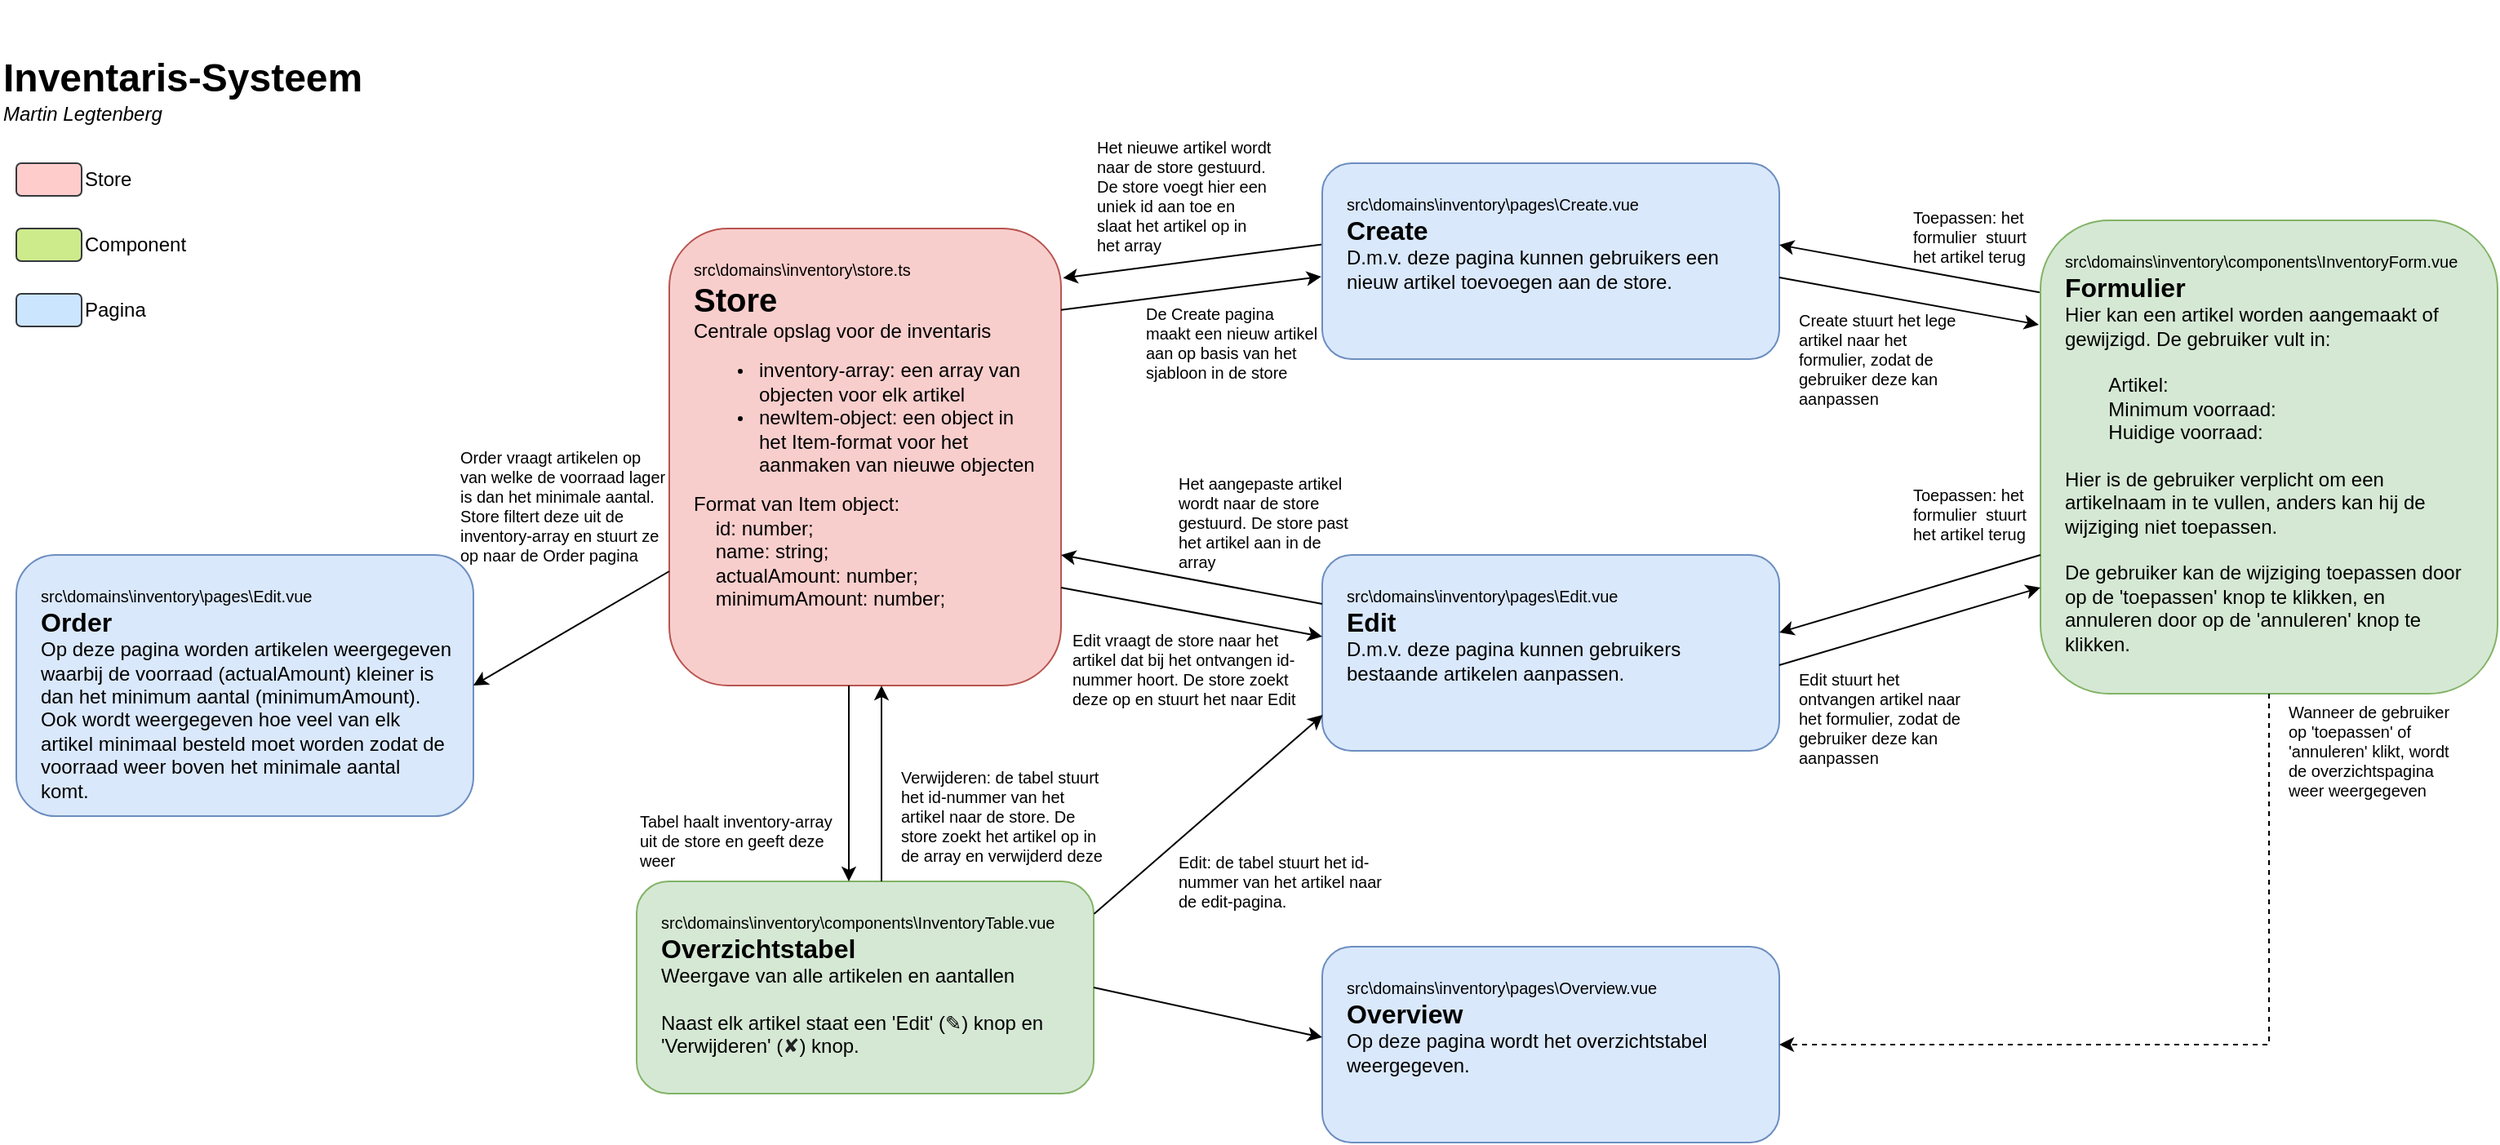
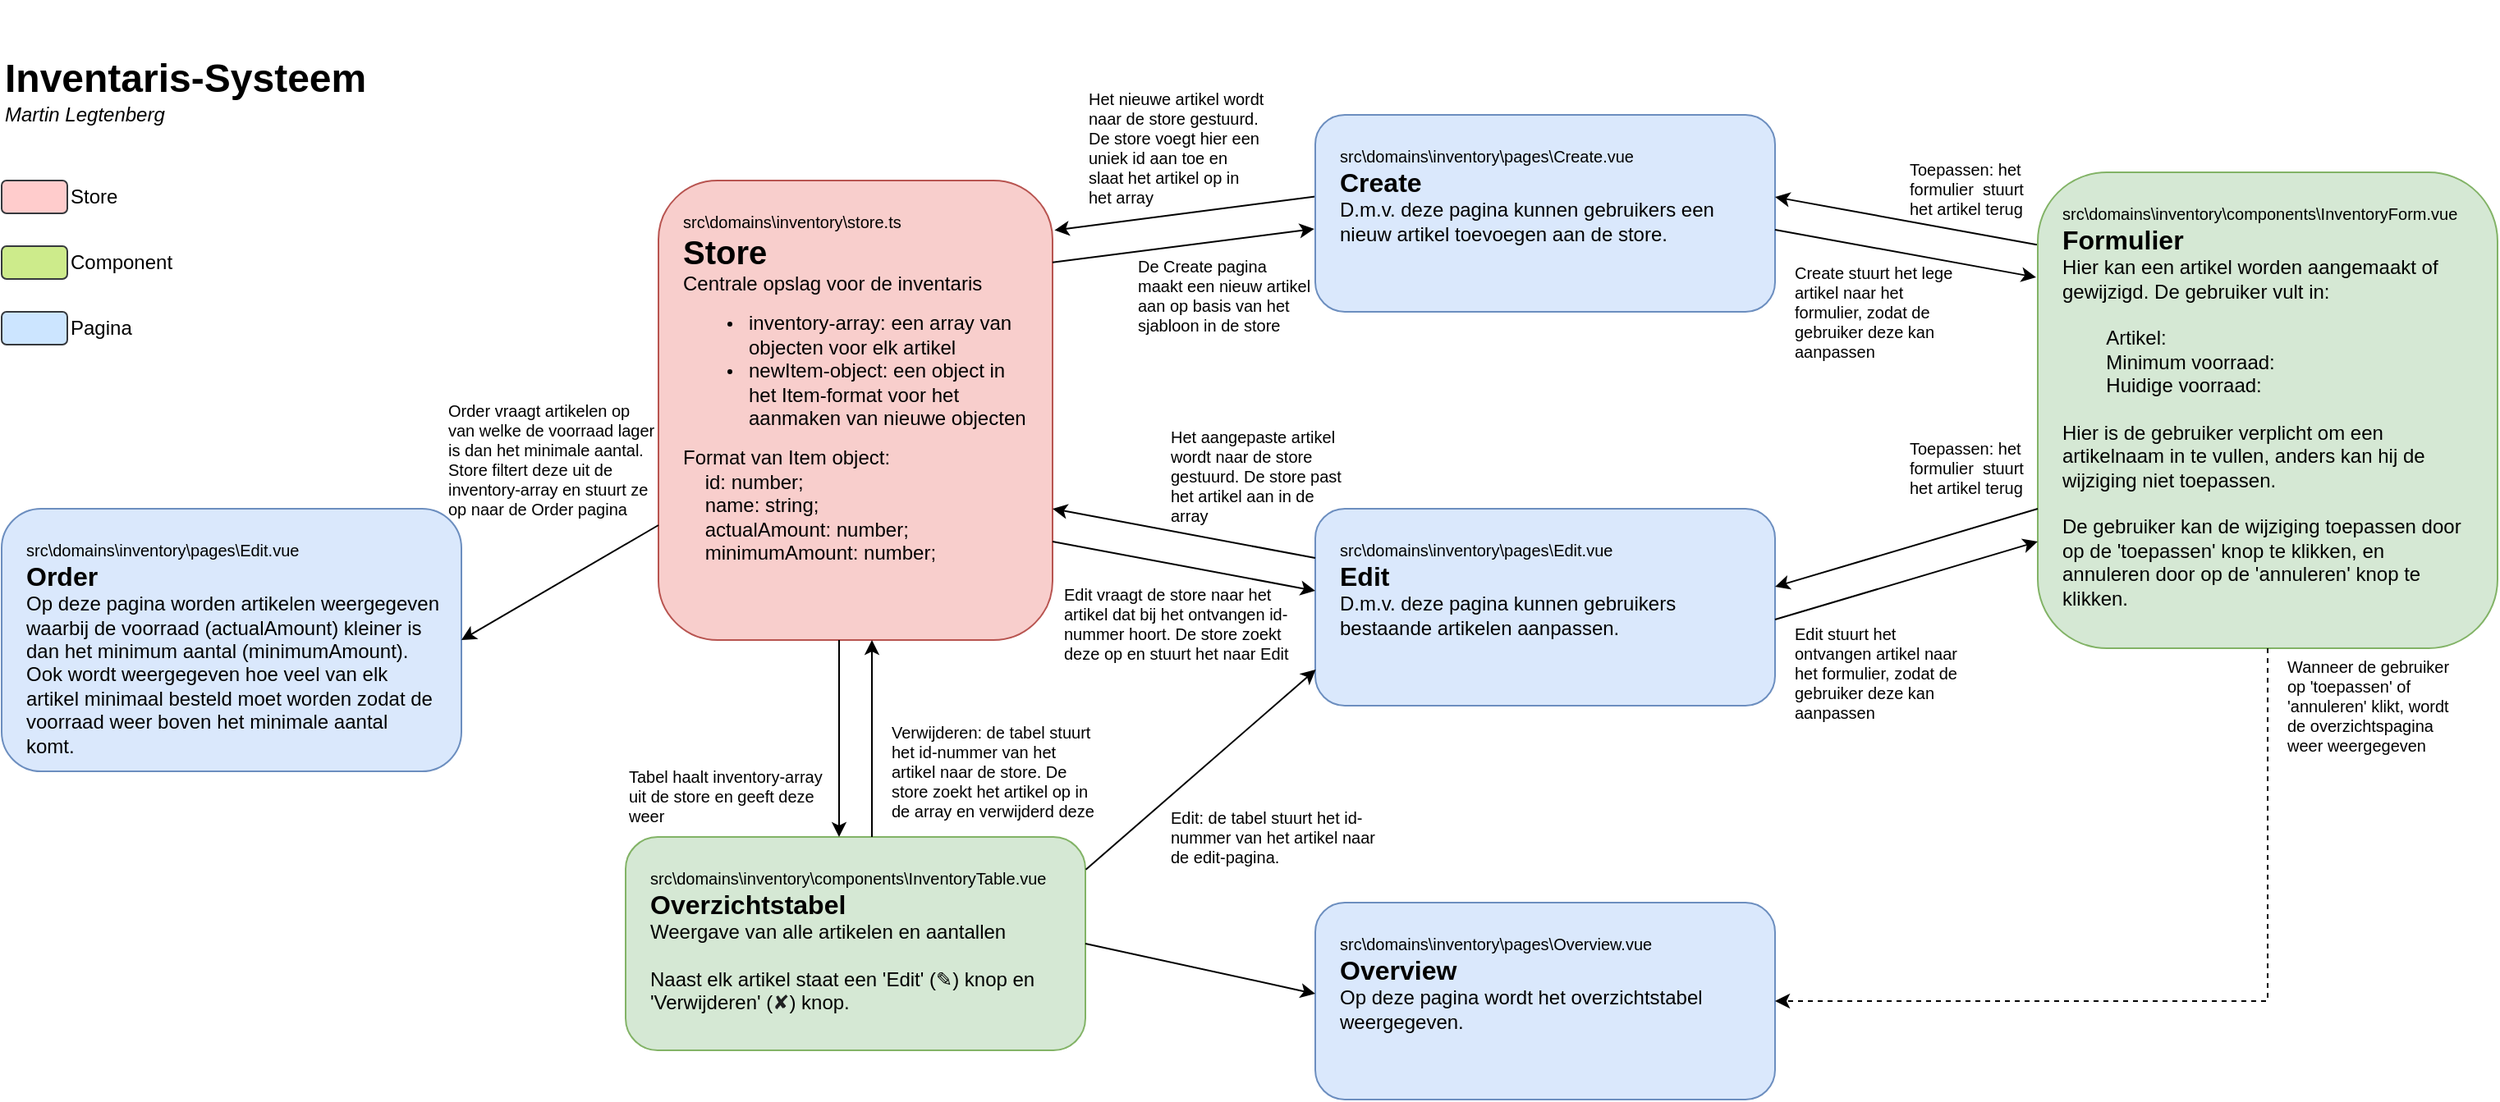
<mxfile host="app.diagrams.net" agent="Mozilla/5.0 (Windows NT 10.0; Win64; x64) AppleWebKit/537.36 (KHTML, like Gecko) Chrome/146.0.0.0 Safari/537.36" version="29.6.4">
  <diagram name="Pagina-1" id="jHJDa2tsZR8j9Yx50L5g">
-     <mxGraphModel dx="1826" dy="777" grid="1" gridSize="10" guides="1" tooltips="1" connect="1" arrows="1" fold="1" page="0" pageScale="1" pageWidth="827" pageHeight="1169" math="0" shadow="0">
+     <mxGraphModel dx="1986" dy="740" grid="1" gridSize="10" guides="1" tooltips="1" connect="1" arrows="1" fold="1" page="0" pageScale="1" pageWidth="827" pageHeight="1169" math="0" shadow="0">
      <root>
        <mxCell id="0" />
        <mxCell id="1" parent="0" />
        <mxCell id="uSY-HkKNFhWKNBA7KD2W-1" parent="1" style="rounded=1;whiteSpace=wrap;html=1;fontSize=10;align=left;verticalAlign=top;spacing=15;fillColor=#f8cecc;strokeColor=#b85450;" value="&lt;div&gt;&lt;font&gt;src&lt;/font&gt;&lt;font&gt;\domains\inventory\store.ts&lt;/font&gt;&lt;/div&gt;&lt;font style=&quot;font-size: 20px;&quot;&gt;&lt;b&gt;Store&lt;/b&gt;&lt;/font&gt;&lt;div&gt;&lt;font style=&quot;font-size: 12px;&quot;&gt;Centrale opslag voor de inventaris&lt;/font&gt;&lt;br&gt;&lt;div&gt;&lt;ul&gt;&lt;li&gt;&lt;font style=&quot;font-size: 12px;&quot;&gt;inventory-array: een array van objecten voor elk artikel&lt;/font&gt;&lt;/li&gt;&lt;li&gt;&lt;font style=&quot;font-size: 12px;&quot;&gt;newItem-object: een object in het Item-format voor het aanmaken van nieuwe objecten&lt;/font&gt;&lt;/li&gt;&lt;/ul&gt;&lt;div&gt;&lt;span style=&quot;font-size: 12px;&quot;&gt;Format van Item object:&lt;/span&gt;&lt;/div&gt;&lt;/div&gt;&lt;/div&gt;&lt;div&gt;&lt;div style=&quot;&quot;&gt;&lt;span style=&quot;font-size: 12px;&quot;&gt;&amp;nbsp; &amp;nbsp; id: number;&lt;/span&gt;&lt;/div&gt;&lt;div style=&quot;&quot;&gt;&lt;span style=&quot;font-size: 12px;&quot;&gt;&amp;nbsp; &amp;nbsp; name: string;&lt;/span&gt;&lt;/div&gt;&lt;div style=&quot;&quot;&gt;&lt;span style=&quot;font-size: 12px;&quot;&gt;&amp;nbsp; &amp;nbsp; actualAmount: number;&lt;/span&gt;&lt;/div&gt;&lt;div style=&quot;&quot;&gt;&lt;span style=&quot;font-size: 12px;&quot;&gt;&amp;nbsp; &amp;nbsp; minimumAmount: number;&lt;/span&gt;&lt;/div&gt;&lt;/div&gt;" vertex="1">
          <mxGeometry height="280" width="240" x="280" y="320" as="geometry" />
        </mxCell>
        <mxCell id="uSY-HkKNFhWKNBA7KD2W-2" parent="1" style="rounded=1;whiteSpace=wrap;html=1;fontSize=10;verticalAlign=top;align=left;spacing=15;fillColor=#d5e8d4;strokeColor=#82b366;" value="src\domains\inventory\components\InventoryTable.vue&lt;div&gt;&lt;font style=&quot;font-size: 16px;&quot;&gt;&lt;b&gt;Overzichtstabel&lt;/b&gt;&lt;/font&gt;&lt;/div&gt;&lt;div&gt;&lt;font style=&quot;font-size: 12px;&quot;&gt;Weergave van alle artikelen en aantallen&lt;/font&gt;&lt;/div&gt;&lt;div&gt;&lt;font style=&quot;font-size: 12px;&quot;&gt;&lt;br&gt;&lt;/font&gt;&lt;/div&gt;&lt;div&gt;&lt;span style=&quot;font-size: 12px;&quot;&gt;Naast elk artikel staat een &#39;Edit&#39; (&lt;/span&gt;&lt;span style=&quot;background-color: transparent; font-size: 12px;&quot;&gt;✎&lt;/span&gt;&lt;span style=&quot;background-color: transparent; color: light-dark(rgb(0, 0, 0), rgb(255, 255, 255)); font-size: 12px;&quot;&gt;) knop en &#39;Verwijdere&lt;/span&gt;&lt;span&gt;&lt;font style=&quot;font-size: 12px;&quot;&gt;&lt;span style=&quot;color: light-dark(rgb(0, 0, 0), rgb(255, 255, 255));&quot;&gt;n&#39; (&lt;/span&gt;&lt;span style=&quot;color: rgb(32, 33, 34);&quot;&gt;&lt;font face=&quot;Helvetica&quot;&gt;✘&lt;/font&gt;&lt;/span&gt;&lt;span style=&quot;color: light-dark(rgb(0, 0, 0), rgb(255, 255, 255));&quot;&gt;) kn&lt;/span&gt;&lt;/font&gt;&lt;/span&gt;&lt;span style=&quot;background-color: transparent; color: light-dark(rgb(0, 0, 0), rgb(255, 255, 255)); font-size: 12px;&quot;&gt;op.&lt;/span&gt;&lt;/div&gt;" vertex="1">
          <mxGeometry height="130" width="280" x="260" y="720" as="geometry" />
        </mxCell>
        <mxCell id="eLQj0-DDMxeyVFWfvKQ9-2" edge="1" parent="1" style="endArrow=classic;html=1;rounded=0;exitX=0.5;exitY=1;exitDx=0;exitDy=0;entryX=0.5;entryY=0;entryDx=0;entryDy=0;" value="">
          <mxGeometry height="50" relative="1" width="50" as="geometry">
            <mxPoint x="390" y="600" as="sourcePoint" />
            <mxPoint x="390" y="720" as="targetPoint" />
          </mxGeometry>
        </mxCell>
        <mxCell id="eLQj0-DDMxeyVFWfvKQ9-4" parent="1" style="text;html=1;whiteSpace=wrap;strokeColor=none;fillColor=none;align=left;verticalAlign=middle;rounded=0;fontSize=10;" value="Tabel haalt inventory-array uit de store en geeft deze weer" vertex="1">
          <mxGeometry height="30" width="130" x="260" y="680" as="geometry" />
        </mxCell>
        <mxCell id="eLQj0-DDMxeyVFWfvKQ9-5" edge="1" parent="1" style="endArrow=classic;html=1;rounded=0;exitX=0.5;exitY=0;exitDx=0;exitDy=0;" value="">
          <mxGeometry height="50" relative="1" width="50" as="geometry">
            <mxPoint x="410" y="720" as="sourcePoint" />
            <mxPoint x="410" y="600" as="targetPoint" />
          </mxGeometry>
        </mxCell>
        <mxCell id="eLQj0-DDMxeyVFWfvKQ9-6" parent="1" style="text;html=1;whiteSpace=wrap;strokeColor=none;fillColor=none;align=left;verticalAlign=middle;rounded=0;fontSize=10;" value="&lt;div&gt;&lt;span style=&quot;background-color: transparent; color: light-dark(rgb(0, 0, 0), rgb(255, 255, 255));&quot;&gt;Verwijderen: de tabel stuurt het id-nummer van het artikel naar de store. De store zoekt het artikel op in de array en verwijderd deze&lt;/span&gt;&lt;/div&gt;" vertex="1">
          <mxGeometry height="60" width="130" x="420" y="650" as="geometry" />
        </mxCell>
        <mxCell id="eLQj0-DDMxeyVFWfvKQ9-7" parent="1" style="rounded=1;whiteSpace=wrap;html=1;fontSize=10;verticalAlign=top;align=left;spacing=15;fillColor=#d5e8d4;strokeColor=#82b366;" value="src\domains\inventory\components\InventoryForm.vue&lt;div&gt;&lt;font style=&quot;font-size: 16px;&quot;&gt;&lt;b&gt;Formulier&lt;/b&gt;&lt;/font&gt;&lt;/div&gt;&lt;div&gt;&lt;font style=&quot;font-size: 12px;&quot;&gt;Hier kan een artikel worden aangemaakt of gewijzigd. De gebruiker vult in:&lt;/font&gt;&lt;/div&gt;&lt;div&gt;&lt;font style=&quot;font-size: 12px;&quot;&gt;&lt;br&gt;&lt;/font&gt;&lt;/div&gt;&lt;div&gt;&lt;font style=&quot;font-size: 12px;&quot;&gt;&lt;span style=&quot;white-space: pre;&quot;&gt;&#x9;&lt;/span&gt;Artikel:&lt;/font&gt;&lt;/div&gt;&lt;div&gt;&lt;font style=&quot;font-size: 12px;&quot;&gt;&lt;span style=&quot;white-space: pre;&quot;&gt;&#x9;&lt;/span&gt;Minimum voorraad:&lt;/font&gt;&lt;/div&gt;&lt;div&gt;&lt;font style=&quot;font-size: 12px;&quot;&gt;&lt;span style=&quot;white-space: pre;&quot;&gt;&#x9;&lt;/span&gt;Huidige voorraad:&lt;br&gt;&lt;br&gt;&lt;/font&gt;&lt;/div&gt;&lt;div&gt;&lt;font style=&quot;font-size: 12px;&quot;&gt;Hier is de gebruiker verplicht om een artikelnaam in te vullen, anders kan hij de wijziging niet toepassen.&lt;/font&gt;&lt;/div&gt;&lt;div&gt;&lt;font style=&quot;font-size: 12px;&quot;&gt;&lt;br&gt;&lt;/font&gt;&lt;/div&gt;&lt;div&gt;&lt;font style=&quot;font-size: 12px;&quot;&gt;De gebruiker kan de wijziging toepassen door op de &#39;toepassen&#39; knop te klikken, en annuleren door op de &#39;annuleren&#39; knop te klikken.&lt;/font&gt;&lt;/div&gt;" vertex="1">
          <mxGeometry height="290" width="280" x="1120" y="315" as="geometry" />
        </mxCell>
        <mxCell id="eLQj0-DDMxeyVFWfvKQ9-9" edge="1" parent="1" style="endArrow=classic;html=1;rounded=0;exitX=0;exitY=0.5;exitDx=0;exitDy=0;entryX=1.005;entryY=0.145;entryDx=0;entryDy=0;entryPerimeter=0;" value="">
          <mxGeometry height="50" relative="1" width="50" as="geometry">
            <mxPoint x="680" y="329.7" as="sourcePoint" />
            <mxPoint x="521.1999999999999" y="350.2999999999999" as="targetPoint" />
          </mxGeometry>
        </mxCell>
        <mxCell id="eLQj0-DDMxeyVFWfvKQ9-10" parent="1" style="text;html=1;whiteSpace=wrap;strokeColor=none;fillColor=none;align=left;verticalAlign=middle;rounded=0;fontSize=10;" value="Het nieuwe artikel wordt naar de store gestuurd. De store voegt hier een uniek id aan toe en slaat het artikel op in het array" vertex="1">
          <mxGeometry height="80" width="110" x="540" y="260" as="geometry" />
        </mxCell>
        <mxCell id="b_EgQzB6RyA1KslEvkh7-1" edge="1" parent="1" source="uSY-HkKNFhWKNBA7KD2W-1" style="endArrow=classic;html=1;rounded=0;exitX=1;exitY=0.178;exitDx=0;exitDy=0;entryX=-0.002;entryY=0.579;entryDx=0;entryDy=0;curved=0;entryPerimeter=0;exitPerimeter=0;" target="b_EgQzB6RyA1KslEvkh7-3" value="">
          <mxGeometry height="50" relative="1" width="50" as="geometry">
            <mxPoint x="520" y="450" as="sourcePoint" />
            <mxPoint x="640" y="450" as="targetPoint" />
          </mxGeometry>
        </mxCell>
        <mxCell id="b_EgQzB6RyA1KslEvkh7-3" parent="1" style="rounded=1;whiteSpace=wrap;html=1;fontSize=10;verticalAlign=top;align=left;spacing=15;labelBackgroundColor=none;fillColor=#dae8fc;strokeColor=#6c8ebf;" value="src\domains\inventory\pages\Create.vue&lt;div&gt;&lt;font style=&quot;font-size: 16px;&quot;&gt;&lt;b&gt;Create&lt;/b&gt;&lt;/font&gt;&lt;/div&gt;&lt;div&gt;&lt;font style=&quot;font-size: 12px;&quot;&gt;D.m.v. deze pagina kunnen gebruikers een nieuw artikel toevoegen aan de store.&lt;/font&gt;&lt;/div&gt;" vertex="1">
          <mxGeometry height="120" width="280" x="680" y="280" as="geometry" />
        </mxCell>
        <mxCell id="b_EgQzB6RyA1KslEvkh7-4" parent="1" style="rounded=1;whiteSpace=wrap;html=1;fontSize=10;verticalAlign=top;align=left;spacing=15;labelBackgroundColor=none;fillColor=#dae8fc;strokeColor=#6c8ebf;" value="src\domains\inventory\pages\Edit.vue&lt;div&gt;&lt;font style=&quot;font-size: 16px;&quot;&gt;&lt;b&gt;Edit&lt;/b&gt;&lt;/font&gt;&lt;/div&gt;&lt;div&gt;&lt;font style=&quot;font-size: 12px;&quot;&gt;D.m.v. deze pagina kunnen gebruikers bestaande artikelen aanpassen.&lt;/font&gt;&lt;/div&gt;" vertex="1">
          <mxGeometry height="120" width="280" x="680" y="520" as="geometry" />
        </mxCell>
        <mxCell id="b_EgQzB6RyA1KslEvkh7-5" parent="1" style="text;html=1;whiteSpace=wrap;strokeColor=none;fillColor=none;align=left;verticalAlign=middle;rounded=0;fontSize=10;" value="De Create pagina maakt een nieuw artikel aan op basis van het sjabloon in de store" vertex="1">
          <mxGeometry height="80" width="110" x="570" y="350" as="geometry" />
        </mxCell>
        <mxCell id="b_EgQzB6RyA1KslEvkh7-7" edge="1" parent="1" source="eLQj0-DDMxeyVFWfvKQ9-7" style="endArrow=classic;html=1;rounded=0;entryX=-0.002;entryY=0.4;entryDx=0;entryDy=0;entryPerimeter=0;exitX=-0.002;exitY=0.152;exitDx=0;exitDy=0;exitPerimeter=0;" value="">
          <mxGeometry height="50" relative="1" width="50" as="geometry">
            <mxPoint x="1119.1599999999999" y="349.99999999999994" as="sourcePoint" />
            <mxPoint x="959.9999999999999" y="330.05" as="targetPoint" />
          </mxGeometry>
        </mxCell>
        <mxCell id="b_EgQzB6RyA1KslEvkh7-8" parent="1" style="text;html=1;whiteSpace=wrap;strokeColor=none;fillColor=none;align=left;verticalAlign=middle;rounded=0;fontSize=10;" value="Create stuurt het lege artikel naar het formulier, zodat de gebruiker deze kan aanpassen" vertex="1">
          <mxGeometry height="80" width="110" x="970" y="360" as="geometry" />
        </mxCell>
        <mxCell id="b_EgQzB6RyA1KslEvkh7-9" parent="1" style="text;html=1;whiteSpace=wrap;strokeColor=none;fillColor=none;align=left;verticalAlign=middle;rounded=0;fontSize=10;" value="Toepassen: het formulier&amp;nbsp; stuurt het artikel terug" vertex="1">
          <mxGeometry height="50" width="80" x="1040" y="300" as="geometry" />
        </mxCell>
        <mxCell id="b_EgQzB6RyA1KslEvkh7-10" edge="1" parent="1" style="endArrow=classic;html=1;rounded=0;entryX=0;entryY=0.5;entryDx=0;entryDy=0;exitX=1;exitY=0.5;exitDx=0;exitDy=0;" value="">
          <mxGeometry height="50" relative="1" width="50" as="geometry">
            <mxPoint x="520" y="540" as="sourcePoint" />
            <mxPoint x="680" y="570" as="targetPoint" />
          </mxGeometry>
        </mxCell>
        <mxCell id="b_EgQzB6RyA1KslEvkh7-11" edge="1" parent="1" style="endArrow=classic;html=1;rounded=0;entryX=0;entryY=0.5;entryDx=0;entryDy=0;exitX=1;exitY=0.5;exitDx=0;exitDy=0;" value="">
          <mxGeometry height="50" relative="1" width="50" as="geometry">
            <mxPoint x="680" y="550" as="sourcePoint" />
            <mxPoint x="520" y="520" as="targetPoint" />
          </mxGeometry>
        </mxCell>
        <mxCell id="b_EgQzB6RyA1KslEvkh7-12" edge="1" parent="1" style="endArrow=classic;html=1;rounded=0;entryX=-0.002;entryY=0.4;entryDx=0;entryDy=0;entryPerimeter=0;exitX=-0.002;exitY=0.152;exitDx=0;exitDy=0;exitPerimeter=0;" value="">
          <mxGeometry height="50" relative="1" width="50" as="geometry">
            <mxPoint x="960" y="350" as="sourcePoint" />
            <mxPoint x="1119" y="378.95" as="targetPoint" />
          </mxGeometry>
        </mxCell>
        <mxCell id="b_EgQzB6RyA1KslEvkh7-13" edge="1" parent="1" source="uSY-HkKNFhWKNBA7KD2W-2" style="endArrow=classic;html=1;rounded=0;exitX=1.001;exitY=0.153;exitDx=0;exitDy=0;exitPerimeter=0;entryX=0.001;entryY=0.817;entryDx=0;entryDy=0;entryPerimeter=0;" target="b_EgQzB6RyA1KslEvkh7-4" value="">
          <mxGeometry height="50" relative="1" width="50" as="geometry">
            <mxPoint x="570" y="720" as="sourcePoint" />
            <mxPoint x="620" y="670" as="targetPoint" />
          </mxGeometry>
        </mxCell>
        <mxCell id="b_EgQzB6RyA1KslEvkh7-14" parent="1" style="text;html=1;whiteSpace=wrap;strokeColor=none;fillColor=none;align=left;verticalAlign=middle;rounded=0;fontSize=10;" value="&lt;div&gt;&lt;span style=&quot;background-color: transparent; color: light-dark(rgb(0, 0, 0), rgb(255, 255, 255));&quot;&gt;Edit: de tabel stuurt het id-nummer van het artikel naar de edit-pagina.&lt;/span&gt;&lt;/div&gt;" vertex="1">
          <mxGeometry height="60" width="130" x="590" y="690" as="geometry" />
        </mxCell>
        <mxCell id="b_EgQzB6RyA1KslEvkh7-15" parent="1" style="text;html=1;whiteSpace=wrap;strokeColor=none;fillColor=none;align=left;verticalAlign=middle;rounded=0;fontSize=10;" value="&lt;div&gt;&lt;span style=&quot;background-color: transparent; color: light-dark(rgb(0, 0, 0), rgb(255, 255, 255));&quot;&gt;Edit vraagt de store naar het artikel dat bij het ontvangen id-nummer hoort. De store zoekt deze op en stuurt het naar Edit&lt;/span&gt;&lt;/div&gt;" vertex="1">
          <mxGeometry height="60" width="140" x="525" y="560" as="geometry" />
        </mxCell>
        <mxCell id="b_EgQzB6RyA1KslEvkh7-18" edge="1" parent="1" style="endArrow=classic;html=1;rounded=0;entryX=0;entryY=0.75;entryDx=0;entryDy=0;" value="">
          <mxGeometry height="50" relative="1" width="50" as="geometry">
            <mxPoint x="1120" y="520" as="sourcePoint" />
            <mxPoint x="960" y="567.5" as="targetPoint" />
          </mxGeometry>
        </mxCell>
        <mxCell id="b_EgQzB6RyA1KslEvkh7-19" edge="1" parent="1" style="endArrow=classic;html=1;rounded=0;entryX=0;entryY=0.75;entryDx=0;entryDy=0;" value="">
          <mxGeometry height="50" relative="1" width="50" as="geometry">
            <mxPoint x="960" y="587.5" as="sourcePoint" />
            <mxPoint x="1120" y="540" as="targetPoint" />
          </mxGeometry>
        </mxCell>
        <mxCell id="b_EgQzB6RyA1KslEvkh7-20" parent="1" style="text;html=1;whiteSpace=wrap;strokeColor=none;fillColor=none;align=left;verticalAlign=middle;rounded=0;fontSize=10;" value="Edit stuurt het ontvangen artikel naar het formulier, zodat de gebruiker deze kan aanpassen" vertex="1">
          <mxGeometry height="80" width="110" x="970" y="580" as="geometry" />
        </mxCell>
        <mxCell id="b_EgQzB6RyA1KslEvkh7-21" parent="1" style="text;html=1;whiteSpace=wrap;strokeColor=none;fillColor=none;align=left;verticalAlign=middle;rounded=0;fontSize=10;" value="Toepassen: het formulier&amp;nbsp; stuurt het artikel terug" vertex="1">
          <mxGeometry height="50" width="80" x="1040" y="470" as="geometry" />
        </mxCell>
        <mxCell id="b_EgQzB6RyA1KslEvkh7-22" parent="1" style="text;html=1;whiteSpace=wrap;strokeColor=none;fillColor=none;align=left;verticalAlign=middle;rounded=0;fontSize=10;" value="Het aangepaste artikel wordt naar de store gestuurd. De store past het artikel aan in de array" vertex="1">
          <mxGeometry height="60" width="110" x="590" y="470" as="geometry" />
        </mxCell>
        <mxCell id="b_EgQzB6RyA1KslEvkh7-23" parent="1" style="rounded=1;whiteSpace=wrap;html=1;fontSize=10;verticalAlign=top;align=left;spacing=15;labelBackgroundColor=none;fillColor=#dae8fc;strokeColor=#6c8ebf;" value="&lt;div&gt;&lt;font style=&quot;&quot;&gt;src\domains\inventory\pages\Overview.vue&lt;/font&gt;&lt;/div&gt;&lt;div&gt;&lt;font style=&quot;&quot;&gt;&lt;span style=&quot;font-size: 16px;&quot;&gt;&lt;b&gt;Overview&lt;/b&gt;&lt;/span&gt;&lt;/font&gt;&lt;/div&gt;&lt;div&gt;&lt;font style=&quot;font-size: 12px;&quot;&gt;Op deze pagina wordt het overzichtstabel weergegeven.&lt;/font&gt;&lt;/div&gt;" vertex="1">
          <mxGeometry height="120" width="280" x="680" y="760" as="geometry" />
        </mxCell>
        <mxCell id="b_EgQzB6RyA1KslEvkh7-27" parent="1" style="text;html=1;whiteSpace=wrap;strokeColor=none;fillColor=none;align=left;verticalAlign=middle;rounded=0;fontStyle=1" value="&lt;font style=&quot;font-size: 24px;&quot;&gt;Inventaris-Systeem&lt;/font&gt;&lt;div&gt;&lt;i style=&quot;font-weight: normal;&quot;&gt;Martin Legtenberg&lt;/i&gt;&lt;/div&gt;" vertex="1">
-           <mxGeometry height="110" width="340" x="-130" y="180" as="geometry" />
+           <mxGeometry height="110" width="340" x="-120" y="210" as="geometry" />
        </mxCell>
        <mxCell id="b_EgQzB6RyA1KslEvkh7-28" edge="1" parent="1" source="uSY-HkKNFhWKNBA7KD2W-2" style="endArrow=classic;html=1;rounded=0;exitX=1;exitY=0.5;exitDx=0;exitDy=0;entryX=0;entryY=0.463;entryDx=0;entryDy=0;entryPerimeter=0;" target="b_EgQzB6RyA1KslEvkh7-23" value="">
          <mxGeometry height="50" relative="1" width="50" as="geometry">
            <mxPoint x="540" y="780" as="sourcePoint" />
            <mxPoint x="680" y="814.9999999999999" as="targetPoint" />
          </mxGeometry>
        </mxCell>
        <mxCell id="b_EgQzB6RyA1KslEvkh7-31" edge="1" parent="1" source="eLQj0-DDMxeyVFWfvKQ9-7" style="endArrow=classic;html=1;rounded=0;exitX=0.5;exitY=1;exitDx=0;exitDy=0;curved=0;entryX=1;entryY=0.5;entryDx=0;entryDy=0;dashed=1;" target="b_EgQzB6RyA1KslEvkh7-23" value="">
          <mxGeometry height="50" relative="1" width="50" as="geometry">
            <Array as="points">
              <mxPoint x="1260" y="820" />
            </Array>
            <mxPoint x="1270" y="620" as="sourcePoint" />
            <mxPoint x="1280" y="710" as="targetPoint" />
          </mxGeometry>
        </mxCell>
        <mxCell id="b_EgQzB6RyA1KslEvkh7-32" parent="1" style="text;html=1;whiteSpace=wrap;strokeColor=none;fillColor=none;align=left;verticalAlign=middle;rounded=0;fontSize=10;" value="Wanneer de gebruiker op &#39;toepassen&#39; of &#39;annuleren&#39; klikt, wordt de overzichtspagina weer weergegeven" vertex="1">
          <mxGeometry height="80" width="110" x="1270" y="600" as="geometry" />
        </mxCell>
        <mxCell id="b_EgQzB6RyA1KslEvkh7-33" parent="1" style="rounded=1;whiteSpace=wrap;html=1;fontSize=10;verticalAlign=top;align=left;spacing=15;labelBackgroundColor=none;fillColor=#dae8fc;strokeColor=#6c8ebf;" value="src\domains\inventory\pages\Edit.vue&lt;div&gt;&lt;font style=&quot;font-size: 16px;&quot;&gt;&lt;b&gt;Order&lt;/b&gt;&lt;/font&gt;&lt;/div&gt;&lt;div&gt;&lt;font style=&quot;font-size: 12px;&quot;&gt;Op deze pagina worden artikelen weergegeven waarbij de voorraad (actualAmount) kleiner is dan het minimum aantal (minimumAmount). Ook wordt weergegeven hoe veel van elk artikel minimaal besteld moet worden zodat de voorraad weer boven het minimale aantal komt.&lt;/font&gt;&lt;/div&gt;" vertex="1">
          <mxGeometry height="160" width="280" x="-120" y="520" as="geometry" />
        </mxCell>
        <mxCell id="b_EgQzB6RyA1KslEvkh7-34" edge="1" parent="1" source="uSY-HkKNFhWKNBA7KD2W-1" style="endArrow=classic;html=1;rounded=0;exitX=0;exitY=0.75;exitDx=0;exitDy=0;entryX=1;entryY=0.5;entryDx=0;entryDy=0;" target="b_EgQzB6RyA1KslEvkh7-33" value="">
          <mxGeometry height="50" relative="1" width="50" as="geometry">
            <mxPoint x="100" y="590" as="sourcePoint" />
            <mxPoint x="150" y="540" as="targetPoint" />
          </mxGeometry>
        </mxCell>
        <mxCell id="b_EgQzB6RyA1KslEvkh7-35" parent="1" style="text;html=1;whiteSpace=wrap;strokeColor=none;fillColor=none;align=left;verticalAlign=middle;rounded=0;fontSize=10;" value="Order vraagt artikelen op van welke de voorraad lager is dan het minimale aantal. Store filtert deze uit de inventory-array en stuurt ze op naar de Order pagina" vertex="1">
          <mxGeometry height="60" width="130" x="150" y="460" as="geometry" />
        </mxCell>
        <mxCell id="b_EgQzB6RyA1KslEvkh7-36" parent="1" style="rounded=1;whiteSpace=wrap;html=1;fillColor=#ffcccc;strokeColor=#36393d;" value="" vertex="1">
-           <mxGeometry height="20" width="40" x="-120" y="280" as="geometry" />
+           <mxGeometry height="20" width="40" x="-120" y="320" as="geometry" />
        </mxCell>
        <mxCell id="b_EgQzB6RyA1KslEvkh7-37" parent="1" style="rounded=1;whiteSpace=wrap;html=1;fillColor=#cdeb8b;strokeColor=#36393d;" value="" vertex="1">
-           <mxGeometry height="20" width="40" x="-120" y="320" as="geometry" />
+           <mxGeometry height="20" width="40" x="-120" y="360" as="geometry" />
        </mxCell>
        <mxCell id="b_EgQzB6RyA1KslEvkh7-38" parent="1" style="rounded=1;whiteSpace=wrap;html=1;fillColor=#cce5ff;strokeColor=#36393d;" value="" vertex="1">
-           <mxGeometry height="20" width="40" x="-120" y="360" as="geometry" />
+           <mxGeometry height="20" width="40" x="-120" y="400" as="geometry" />
        </mxCell>
        <mxCell id="b_EgQzB6RyA1KslEvkh7-44" parent="1" style="text;html=1;whiteSpace=wrap;strokeColor=none;fillColor=none;align=left;verticalAlign=middle;rounded=0;fontSize=12;" value="Store" vertex="1">
-           <mxGeometry height="30" width="80" x="-80" y="275" as="geometry" />
+           <mxGeometry height="30" width="80" x="-80" y="315" as="geometry" />
        </mxCell>
        <mxCell id="b_EgQzB6RyA1KslEvkh7-45" parent="1" style="text;html=1;whiteSpace=wrap;strokeColor=none;fillColor=none;align=left;verticalAlign=middle;rounded=0;fontSize=12;" value="Component" vertex="1">
-           <mxGeometry height="30" width="80" x="-80" y="315" as="geometry" />
+           <mxGeometry height="30" width="80" x="-80" y="355" as="geometry" />
        </mxCell>
        <mxCell id="b_EgQzB6RyA1KslEvkh7-46" parent="1" style="text;html=1;whiteSpace=wrap;strokeColor=none;fillColor=none;align=left;verticalAlign=middle;rounded=0;fontSize=12;" value="Pagina" vertex="1">
-           <mxGeometry height="30" width="80" x="-80" y="355" as="geometry" />
+           <mxGeometry height="30" width="80" x="-80" y="395" as="geometry" />
        </mxCell>
      </root>
    </mxGraphModel>
  </diagram>
</mxfile>
